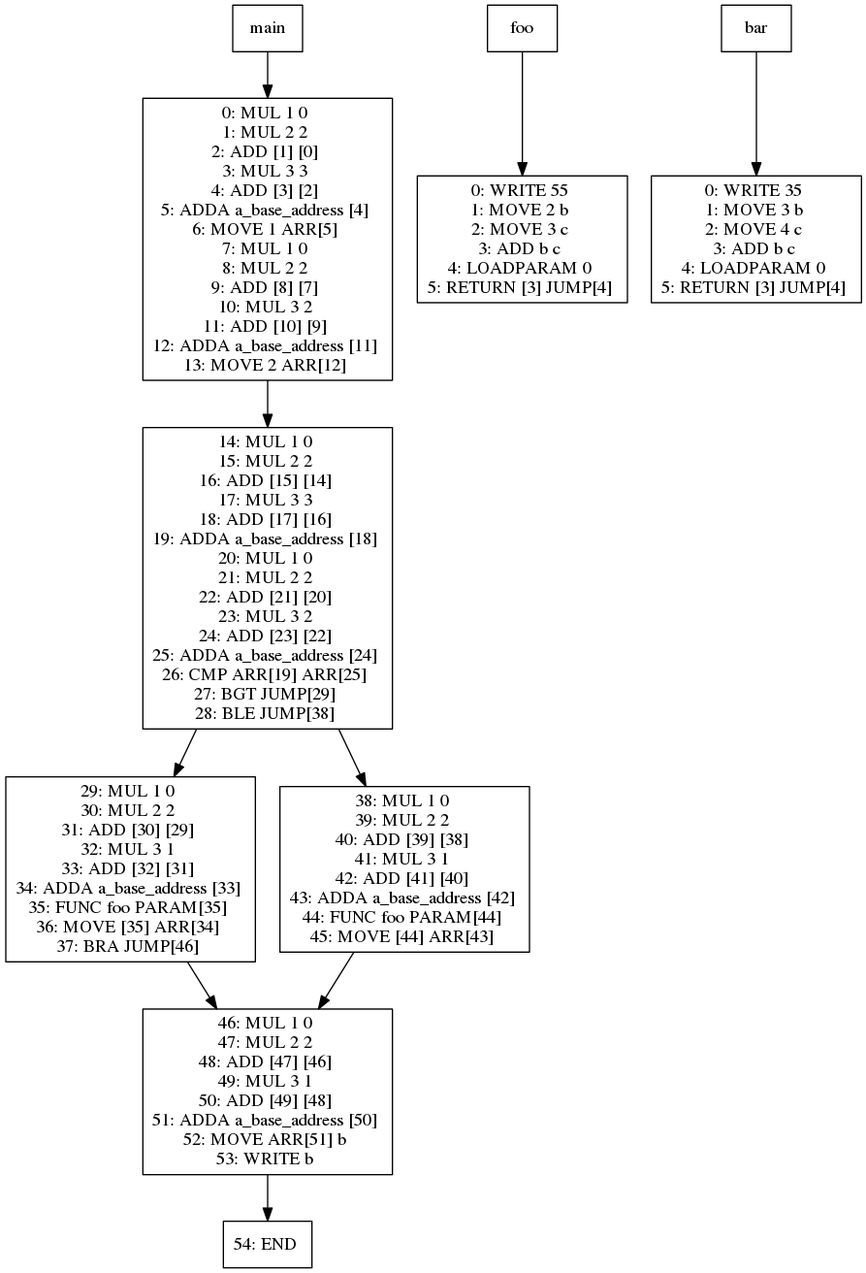
Before: viz/test003.dot.png, a diagram exported from Graphviz (jiahanwang/PL241-Compiler). Its source is kept beside it as viz/test003.dot.
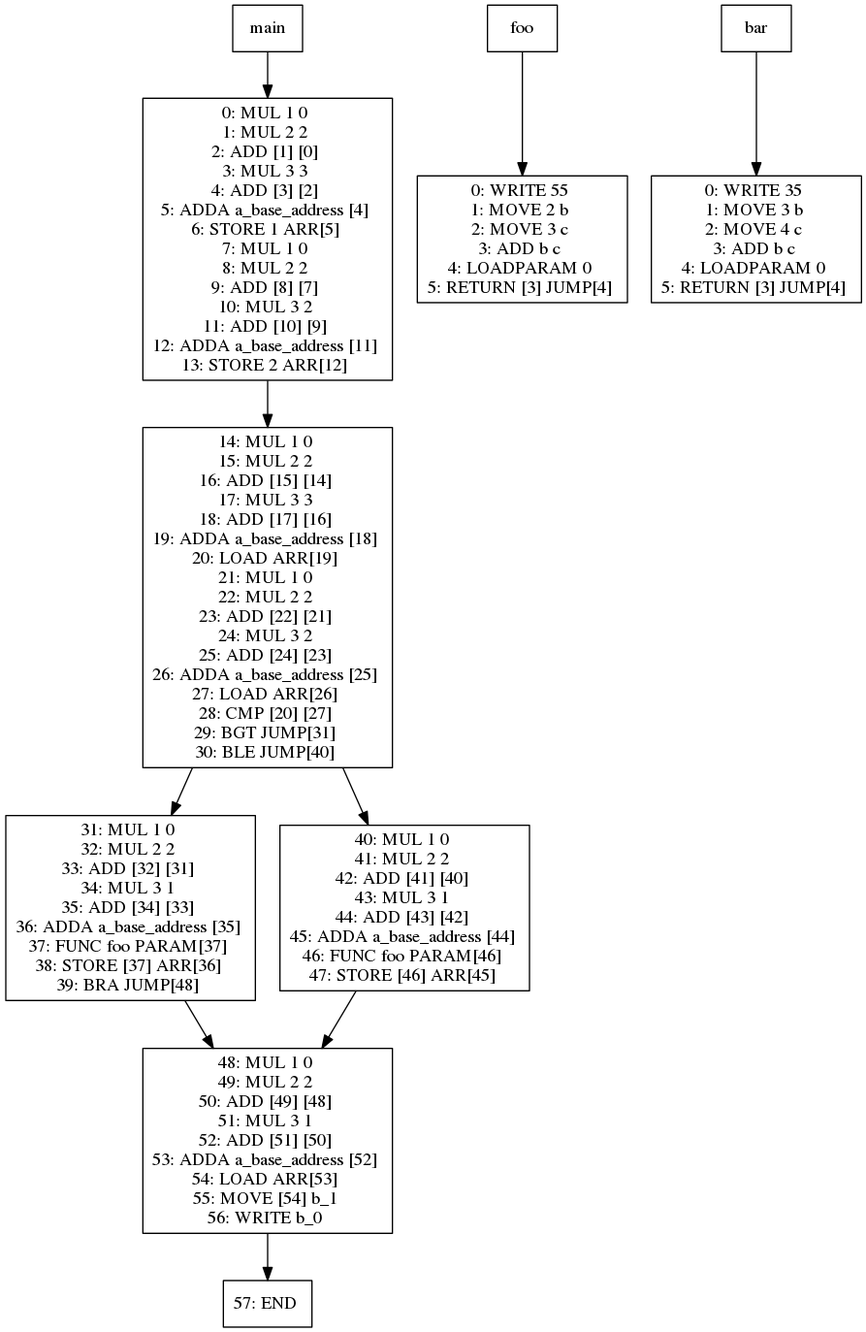
After the change.

Change to the diagram source:
```diff
@@ -1,86 +1,89 @@
 digraph test003 {
 node [shape=box]
-48[label="main"]
-48 -> 62
-62[label="0: MUL 1 0
+1[label="main"]
+1 -> 15
+15[label="0: MUL 1 0
 1: MUL 2 2
 2: ADD [1] [0]
 3: MUL 3 3
 4: ADD [3] [2]
 5: ADDA a_base_address [4]
-6: MOVE 1 ARR[5]
+6: STORE 1 ARR[5]
 7: MUL 1 0
 8: MUL 2 2
 9: ADD [8] [7]
 10: MUL 3 2
 11: ADD [10] [9]
 12: ADDA a_base_address [11]
-13: MOVE 2 ARR[12]
+13: STORE 2 ARR[12]
 "]
-62 -> 64
-64[label="14: MUL 1 0
+15 -> 17
+17[label="14: MUL 1 0
 15: MUL 2 2
 16: ADD [15] [14]
 17: MUL 3 3
 18: ADD [17] [16]
 19: ADDA a_base_address [18]
-20: MUL 1 0
-21: MUL 2 2
-22: ADD [21] [20]
-23: MUL 3 2
-24: ADD [23] [22]
-25: ADDA a_base_address [24]
-26: CMP ARR[19] ARR[25]
-27: BGT JUMP[29]
-28: BLE JUMP[38]
+20: LOAD [19]
+21: MUL 1 0
+22: MUL 2 2
+23: ADD [22] [21]
+24: MUL 3 2
+25: ADD [24] [23]
+26: ADDA a_base_address [25]
+27: LOAD [26]
+28: CMP [20] [27]
+29: BGT JUMP[31]
+30: BLE JUMP[40]
 "]
-64 -> 66
-66[label="29: MUL 1 0
-30: MUL 2 2
-31: ADD [30] [29]
-32: MUL 3 1
+17 -> 19
+19[label="31: MUL 1 0
+32: MUL 2 2
 33: ADD [32] [31]
-34: ADDA a_base_address [33]
-35: FUNC foo PARAM[35]
-36: MOVE [35] ARR[34]
-37: BRA JUMP[46]
+34: MUL 3 1
+35: ADD [34] [33]
+36: ADDA a_base_address [35]
+37: FUNC foo PARAM[37]
+38: STORE [37] ARR[36]
+39: BRA JUMP[48]
 "]
-66 -> 65
-65[label="46: MUL 1 0
-47: MUL 2 2
-48: ADD [47] [46]
-49: MUL 3 1
+19 -> 18
+18[label="48: MUL 1 0
+49: MUL 2 2
 50: ADD [49] [48]
-51: ADDA a_base_address [50]
-52: MOVE ARR[51] b
-53: WRITE b
+51: MUL 3 1
+52: ADD [51] [50]
+53: ADDA a_base_address [52]
+54: LOAD [53]
+55: MOVE [54] b_1
+56: WRITE b_1
 "]
-65 -> 70
-70[label="54: END
+18 -> 23
+23[label="57: END
 "]
-64 -> 67
-67[label="38: MUL 1 0
-39: MUL 2 2
-40: ADD [39] [38]
-41: MUL 3 1
+17 -> 20
+20[label="40: MUL 1 0
+41: MUL 2 2
 42: ADD [41] [40]
-43: ADDA a_base_address [42]
-44: FUNC foo PARAM[44]
-45: MOVE [44] ARR[43]
+43: MUL 3 1
+44: ADD [43] [42]
+45: ADDA a_base_address [44]
+46: FUNC foo PARAM[46]
+47: STORE [46] ARR[45]
 "]
-67 -> 65
-52[label="foo"]
-52 -> 53
-53[label="0: WRITE 55
+20 -> 18
+5[label="foo"]
+5 -> 6
+6[label="0: WRITE 55
 1: MOVE 2 b
 2: MOVE 3 c
 3: ADD b c
 4: LOADPARAM 0
 5: RETURN [3] JUMP[4]
 "]
-57[label="bar"]
-57 -> 58
-58[label="0: WRITE 35
+10[label="bar"]
+10 -> 11
+11[label="0: WRITE 35
 1: MOVE 3 b
 2: MOVE 4 c
 3: ADD b c
```
